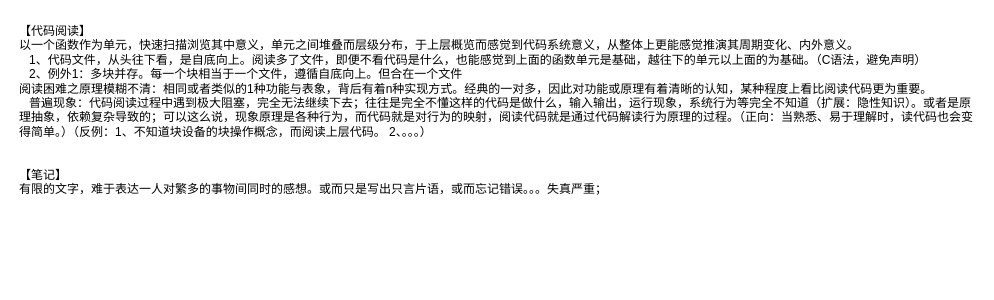
fssdfhsdfsdk/pycode-test keeps this draw.io diagram as test.drawio. Above is the earlier version. Source tidied: cells renumbered, new cells numbered last; positions are measured from the earlier drawing's top-left corner, leaving out a move shared by most shapes. Both pictures are drawn from the tidied source at 100%, with x=0, y=0 at pixel (17, 17).
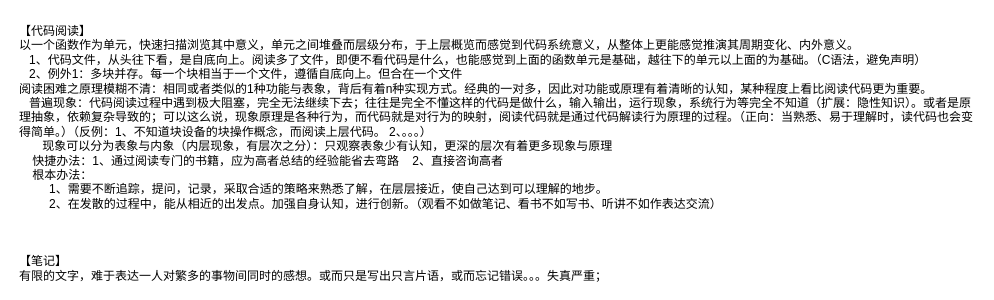
The same diagram, later.

The edit, as a diff of the source:
```diff
@@
 <mxGraphModel>
   <root>
     <mxCell id="0" />
     <mxCell id="1" parent="0" />
-    <mxCell id="2" value="【代码阅读】&#10;以一个函数作为单元，快速扫描浏览其中意义，单元之间堆叠而层级分布，于上层概览而感觉到代码系统意义，从整体上更能感觉推演其周期变化、内外意义。&#10;   1、代码文件，从头往下看，是自底向上。阅读多了文件，即便不看代码是什么，也能感觉到上面的函数单元是基础，越往下的单元以上面的为基础。（C语法，避免声明）&#10;   2、例外1：多块并存。每一个块相当于一个文件，遵循自底向上。但合在一个文件&#10;阅读困难之原理模糊不清：相同或者类似的1种功能与表象，背后有着n种实现方式。经典的一对多，因此对功能或原理有着清晰的认知，某种程度上看比阅读代码更为重要。&#10;   普遍现象：代码阅读过程中遇到极大阻塞，完全无法继续下去；往往是完全不懂这样的代码是做什么，输入输出，运行现象，系统行为等完全不知道（扩展：隐性知识）。或者是原理抽象，依赖复杂导致的；可以这么说，现象原理是各种行为，而代码就是对行为的映射，阅读代码就是通过代码解读行为原理的过程。（正向：当熟悉、易于理解时，读代码也会变得简单。）（反例：1、不知道块设备的块操作概念，而阅读上层代码。 2、。。。）&#10;&#10;&#10;【笔记】&#10;有限的文字，难于表达一人对繁多的事物间同时的感想。或而只是写出只言片语，或而忘记错误。。。失真严重；" style="text;whiteSpace=wrap;" parent="1" vertex="1">
+    <mxCell id="2" value="【代码阅读】&#10;以一个函数作为单元，快速扫描浏览其中意义，单元之间堆叠而层级分布，于上层概览而感觉到代码系统意义，从整体上更能感觉推演其周期变化、内外意义。&#10;   1、代码文件，从头往下看，是自底向上。阅读多了文件，即便不看代码是什么，也能感觉到上面的函数单元是基础，越往下的单元以上面的为基础。（C语法，避免声明）&#10;   2、例外1：多块并存。每一个块相当于一个文件，遵循自底向上。但合在一个文件&#10;阅读困难之原理模糊不清：相同或者类似的1种功能与表象，背后有着n种实现方式。经典的一对多，因此对功能或原理有着清晰的认知，某种程度上看比阅读代码更为重要。&#10;   普遍现象：代码阅读过程中遇到极大阻塞，完全无法继续下去；往往是完全不懂这样的代码是做什么，输入输出，运行现象，系统行为等完全不知道（扩展：隐性知识）。或者是原理抽象，依赖复杂导致的；可以这么说，现象原理是各种行为，而代码就是对行为的映射，阅读代码就是通过代码解读行为原理的过程。（正向：当熟悉、易于理解时，读代码也会变得简单。）（反例：1、不知道块设备的块操作概念，而阅读上层代码。 2、。。。）&#10;       现象可以分为表象与内象（内层现象，有层次之分）：只观察表象少有认知，更深的层次有着更多现象与原理&#10;    快捷办法：1、通过阅读专门的书籍，应为高者总结的经验能省去弯路    2、直接咨询高者&#10;    根本办法：&#10;         1、需要不断追踪，提问，记录，采取合适的策略来熟悉了解，在层层接近，使自己达到可以理解的地步。&#10;         2、在发散的过程中，能从相近的出发点。加强自身认知，进行创新。（观看不如做笔记、看书不如写书、听讲不如作表达交流）&#10;&#10;&#10;&#10;【笔记】&#10;有限的文字，难于表达一人对繁多的事物间同时的感想。或而只是写出只言片语，或而忘记错误。。。失真严重；" style="text;whiteSpace=wrap;" parent="1" vertex="1">
       <mxGeometry width="960" height="230" as="geometry" />
     </mxCell>
   </root>
 </mxGraphModel>
```
